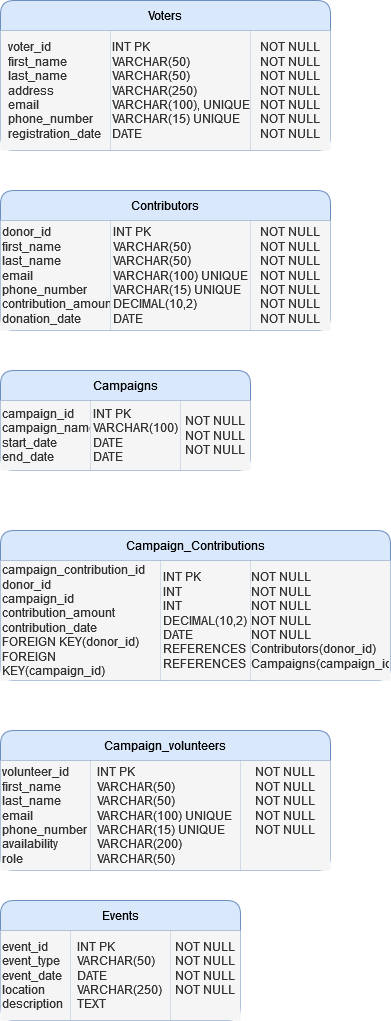
This is DB_Gergely_Zsolnai_HW_Political_Campaign.png from gergelyzsolnai/Gergely_Zsolnai_AU24, a draw.io export, as it was before one commit. Source tidied: cells renumbered, new cells last; positions are measured from the earlier drawing's top-left corner, leaving out a move shared by most shapes.
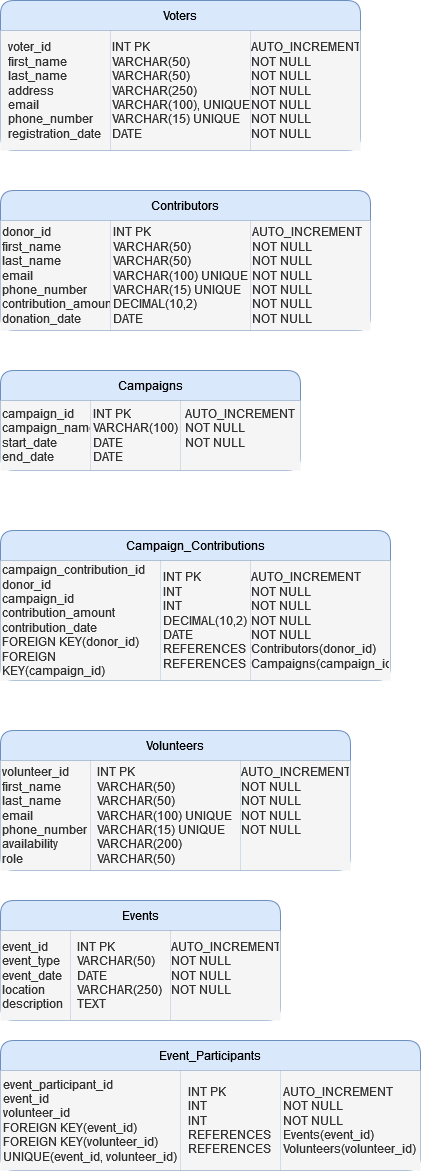
The same file after the commit.

What changed in the source:
```diff
@@ -3,10 +3,10 @@
     <mxCell id="0" />
     <mxCell id="1" parent="0" />
     <mxCell id="2" value="Voters" style="shape=table;startSize=30;rounded=1;fillColor=#dae8fc;strokeColor=#6c8ebf;" parent="1" vertex="1">
-      <mxGeometry width="330" height="150" as="geometry" />
+      <mxGeometry width="360" height="150" as="geometry" />
     </mxCell>
     <mxCell id="3" style="shape=tableRow;horizontal=0;startSize=0;swimlaneHead=0;swimlaneBody=0;strokeColor=inherit;top=0;left=0;bottom=0;right=0;fillColor=none;" parent="2" vertex="1">
-      <mxGeometry y="30" width="330" height="120" as="geometry" />
+      <mxGeometry y="30" width="360" height="120" as="geometry" />
     </mxCell>
     <mxCell id="4" value="&lt;div align=&quot;left&quot;&gt;voter_id&lt;/div&gt;&lt;div align=&quot;left&quot;&gt;first_name&lt;/div&gt;&lt;div align=&quot;left&quot;&gt;last_name&lt;/div&gt;&lt;div align=&quot;left&quot;&gt;address&lt;/div&gt;&lt;div align=&quot;left&quot;&gt;email&lt;/div&gt;&lt;div align=&quot;left&quot;&gt;phone_number&lt;/div&gt;&lt;div align=&quot;left&quot;&gt;registration_date&lt;br&gt;&lt;/div&gt;" style="shape=partialRectangle;html=1;whiteSpace=wrap;strokeColor=#666666;overflow=hidden;fillColor=#f5f5f5;top=0;left=0;bottom=0;right=0;fontColor=#333333;" parent="3" vertex="1">
       <mxGeometry width="110" height="120" as="geometry" />
@@ -14,14 +14,14 @@
     <mxCell id="5" value="&lt;div align=&quot;left&quot;&gt;INT PK&lt;/div&gt;&lt;div align=&quot;left&quot;&gt;VARCHAR(50)&lt;/div&gt;&lt;div align=&quot;left&quot;&gt;VARCHAR(50)&lt;/div&gt;&lt;div align=&quot;left&quot;&gt;VARCHAR(250)&lt;/div&gt;&lt;div align=&quot;left&quot;&gt;VARCHAR(100), UNIQUE&lt;/div&gt;&lt;div align=&quot;left&quot;&gt;VARCHAR(15) UNIQUE&lt;/div&gt;&lt;div align=&quot;left&quot;&gt;DATE&lt;br&gt;&lt;/div&gt;" style="shape=partialRectangle;html=1;whiteSpace=wrap;strokeColor=#666666;overflow=hidden;fillColor=#f5f5f5;top=0;left=0;bottom=0;right=0;align=left;fontColor=#333333;" parent="3" vertex="1">
       <mxGeometry x="110" width="140" height="120" as="geometry" />
     </mxCell>
-    <mxCell id="6" value="&lt;div&gt;NOT NULL&lt;/div&gt;&lt;div&gt;NOT NULL&lt;/div&gt;&lt;div&gt;NOT NULL&lt;/div&gt;&lt;div&gt;NOT NULL&lt;/div&gt;&lt;div&gt;NOT NULL&lt;/div&gt;&lt;div&gt;NOT NULL&lt;/div&gt;&lt;div&gt;NOT NULL&lt;br&gt;&lt;/div&gt;" style="shape=partialRectangle;html=1;whiteSpace=wrap;strokeColor=#666666;overflow=hidden;fillColor=#f5f5f5;top=0;left=0;bottom=0;right=0;fontColor=#333333;" parent="3" vertex="1">
-      <mxGeometry x="250" width="80" height="120" as="geometry" />
+    <mxCell id="6" value="&lt;div align=&quot;left&quot;&gt;AUTO_INCREMENT&lt;br&gt;&lt;/div&gt;&lt;div align=&quot;left&quot;&gt;NOT NULL&lt;/div&gt;&lt;div align=&quot;left&quot;&gt;NOT NULL&lt;/div&gt;&lt;div align=&quot;left&quot;&gt;NOT NULL&lt;/div&gt;&lt;div align=&quot;left&quot;&gt;NOT NULL&lt;/div&gt;&lt;div align=&quot;left&quot;&gt;NOT NULL&lt;/div&gt;&lt;div align=&quot;left&quot;&gt;NOT NULL&lt;br&gt;&lt;/div&gt;" style="shape=partialRectangle;html=1;whiteSpace=wrap;strokeColor=#666666;overflow=hidden;fillColor=#f5f5f5;top=0;left=0;bottom=0;right=0;fontColor=#333333;" parent="3" vertex="1">
+      <mxGeometry x="250" width="110" height="120" as="geometry" />
     </mxCell>
     <mxCell id="7" value="Contributors" style="shape=table;startSize=30;rounded=1;fillColor=#dae8fc;strokeColor=#6c8ebf;" parent="1" vertex="1">
-      <mxGeometry y="190" width="330" height="140" as="geometry" />
+      <mxGeometry y="190" width="370" height="140" as="geometry" />
     </mxCell>
     <mxCell id="8" style="shape=tableRow;horizontal=0;startSize=0;swimlaneHead=0;swimlaneBody=0;strokeColor=inherit;top=0;left=0;bottom=0;right=0;fillColor=none;" parent="7" vertex="1">
-      <mxGeometry y="30" width="330" height="110" as="geometry" />
+      <mxGeometry y="30" width="370" height="110" as="geometry" />
     </mxCell>
     <mxCell id="9" value="&lt;div align=&quot;left&quot;&gt;donor_id&lt;/div&gt;&lt;div align=&quot;left&quot;&gt;first_name&lt;/div&gt;&lt;div align=&quot;left&quot;&gt;last_name&lt;br&gt;&lt;/div&gt;&lt;div&gt;email&lt;/div&gt;&lt;div&gt;phone_number&lt;/div&gt;&lt;div&gt;contribution_amount&lt;/div&gt;&lt;div&gt;donation_date&lt;br&gt;&lt;/div&gt;" style="shape=partialRectangle;html=1;whiteSpace=wrap;strokeColor=#666666;overflow=hidden;fillColor=#f5f5f5;top=0;left=0;bottom=0;right=0;align=left;fontColor=#333333;" parent="8" vertex="1">
       <mxGeometry width="110" height="110" as="geometry" />
@@ -29,14 +29,14 @@
     <mxCell id="10" value="&lt;div align=&quot;left&quot;&gt;INT PK&lt;/div&gt;&lt;div align=&quot;left&quot;&gt;VARCHAR(50)&lt;/div&gt;&lt;div align=&quot;left&quot;&gt;VARCHAR(50)&lt;/div&gt;&lt;div align=&quot;left&quot;&gt;VARCHAR(100) UNIQUE&lt;/div&gt;&lt;div align=&quot;left&quot;&gt;VARCHAR(15) UNIQUE&lt;br&gt;&lt;/div&gt;&lt;div align=&quot;left&quot;&gt;DECIMAL(10,2)&lt;/div&gt;&lt;div align=&quot;left&quot;&gt;DATE&lt;br&gt;&lt;/div&gt;" style="shape=partialRectangle;html=1;whiteSpace=wrap;strokeColor=#666666;overflow=hidden;fillColor=#f5f5f5;top=0;left=0;bottom=0;right=0;fontColor=#333333;" parent="8" vertex="1">
       <mxGeometry x="110" width="140" height="110" as="geometry" />
     </mxCell>
-    <mxCell id="11" value="&lt;div&gt;NOT NULL&lt;/div&gt;&lt;div&gt;NOT NULL&lt;/div&gt;&lt;div&gt;NOT NULL&lt;/div&gt;&lt;div&gt;NOT NULL&lt;/div&gt;&lt;div&gt;NOT NULL&lt;/div&gt;&lt;div&gt;NOT NULL&lt;/div&gt;&lt;div&gt;NOT NULL&lt;br&gt;&lt;/div&gt;" style="shape=partialRectangle;html=1;whiteSpace=wrap;strokeColor=#666666;overflow=hidden;fillColor=#f5f5f5;top=0;left=0;bottom=0;right=0;fontColor=#333333;" parent="8" vertex="1">
-      <mxGeometry x="250" width="80" height="110" as="geometry" />
+    <mxCell id="11" value="&lt;div align=&quot;left&quot;&gt;AUTO_INCREMENT&lt;br&gt;&lt;/div&gt;&lt;div align=&quot;left&quot;&gt;NOT NULL&lt;/div&gt;&lt;div align=&quot;left&quot;&gt;NOT NULL&lt;/div&gt;&lt;div align=&quot;left&quot;&gt;NOT NULL&lt;/div&gt;&lt;div align=&quot;left&quot;&gt;NOT NULL&lt;/div&gt;&lt;div align=&quot;left&quot;&gt;NOT NULL&lt;/div&gt;&lt;div align=&quot;left&quot;&gt;NOT NULL&lt;br&gt;&lt;/div&gt;" style="shape=partialRectangle;html=1;whiteSpace=wrap;strokeColor=#666666;overflow=hidden;fillColor=#f5f5f5;top=0;left=0;bottom=0;right=0;fontColor=#333333;align=left;" parent="8" vertex="1">
+      <mxGeometry x="250" width="120" height="110" as="geometry" />
     </mxCell>
     <mxCell id="12" value="Campaigns" style="shape=table;startSize=30;fillColor=#dae8fc;strokeColor=#6c8ebf;rounded=1;" parent="1" vertex="1">
-      <mxGeometry y="370" width="250" height="100" as="geometry" />
+      <mxGeometry y="370" width="300" height="100" as="geometry" />
     </mxCell>
     <mxCell id="13" style="shape=tableRow;horizontal=0;startSize=0;swimlaneHead=0;swimlaneBody=0;strokeColor=inherit;top=0;left=0;bottom=0;right=0;fillColor=none;" parent="12" vertex="1">
-      <mxGeometry y="30" width="250" height="70" as="geometry" />
+      <mxGeometry y="30" width="300" height="70" as="geometry" />
     </mxCell>
     <mxCell id="14" value="&lt;div align=&quot;left&quot;&gt;campaign_id&lt;/div&gt;&lt;div align=&quot;left&quot;&gt;campaign_name&lt;/div&gt;&lt;div align=&quot;left&quot;&gt;start_date&lt;/div&gt;&lt;div align=&quot;left&quot;&gt;end_date&lt;br&gt;&lt;/div&gt;" style="shape=partialRectangle;html=1;whiteSpace=wrap;strokeColor=#666666;overflow=hidden;fillColor=#f5f5f5;top=0;left=0;bottom=0;right=0;align=left;fontColor=#333333;" parent="13" vertex="1">
       <mxGeometry width="90" height="70" as="geometry" />
@@ -44,8 +44,8 @@
     <mxCell id="15" value="&lt;div align=&quot;left&quot;&gt;INT PK&lt;/div&gt;&lt;div align=&quot;left&quot;&gt;VARCHAR(100)&lt;/div&gt;&lt;div align=&quot;left&quot;&gt;DATE&lt;/div&gt;&lt;div align=&quot;left&quot;&gt;DATE&lt;br&gt;&lt;/div&gt;" style="shape=partialRectangle;html=1;whiteSpace=wrap;strokeColor=#666666;overflow=hidden;fillColor=#f5f5f5;top=0;left=0;bottom=0;right=0;fontColor=#333333;" parent="13" vertex="1">
       <mxGeometry x="90" width="90" height="70" as="geometry" />
     </mxCell>
-    <mxCell id="16" value="&lt;div align=&quot;left&quot;&gt;NOT NULL&lt;/div&gt;&lt;div align=&quot;left&quot;&gt;NOT NULL&lt;/div&gt;&lt;div align=&quot;left&quot;&gt;NOT NULL&lt;br&gt;&lt;/div&gt;" style="shape=partialRectangle;html=1;whiteSpace=wrap;strokeColor=#666666;overflow=hidden;fillColor=#f5f5f5;top=0;left=0;bottom=0;right=0;fontColor=#333333;" parent="13" vertex="1">
-      <mxGeometry x="180" width="70" height="70" as="geometry" />
+    <mxCell id="16" value="&lt;div align=&quot;left&quot;&gt;AUTO_INCREMENT&lt;br&gt;&lt;/div&gt;&lt;div align=&quot;left&quot;&gt;NOT NULL&lt;/div&gt;&lt;div align=&quot;left&quot;&gt;NOT NULL&lt;/div&gt;&lt;div align=&quot;left&quot;&gt;&lt;br&gt;&lt;/div&gt;" style="shape=partialRectangle;html=1;whiteSpace=wrap;strokeColor=#666666;overflow=hidden;fillColor=#f5f5f5;top=0;left=0;bottom=0;right=0;fontColor=#333333;" parent="13" vertex="1">
+      <mxGeometry x="180" width="120" height="70" as="geometry" />
     </mxCell>
     <mxCell id="17" value="Campaign_Contributions" style="shape=table;startSize=30;rounded=1;fillColor=#dae8fc;strokeColor=#6c8ebf;" parent="1" vertex="1">
       <mxGeometry y="530" width="390" height="150" as="geometry" />
@@ -59,14 +59,14 @@
     <mxCell id="20" value="&lt;div align=&quot;left&quot;&gt;INT PK&lt;/div&gt;&lt;div align=&quot;left&quot;&gt;INT&lt;/div&gt;&lt;div align=&quot;left&quot;&gt;INT&lt;/div&gt;&lt;div align=&quot;left&quot;&gt;DECIMAL(10,2)&lt;/div&gt;&lt;div align=&quot;left&quot;&gt;DATE&lt;/div&gt;&lt;div align=&quot;left&quot;&gt;REFERENCES&lt;/div&gt;&lt;div align=&quot;left&quot;&gt;REFERENCES&lt;br&gt;&lt;/div&gt;" style="shape=partialRectangle;html=1;whiteSpace=wrap;strokeColor=#666666;overflow=hidden;fillColor=#f5f5f5;top=0;left=0;bottom=0;right=0;fontColor=#333333;" parent="18" vertex="1">
       <mxGeometry x="160" width="90" height="120" as="geometry" />
     </mxCell>
-    <mxCell id="21" value="&lt;div align=&quot;left&quot;&gt;NOT NULL&lt;/div&gt;&lt;div align=&quot;left&quot;&gt;NOT NULL&lt;/div&gt;&lt;div align=&quot;left&quot;&gt;NOT NULL&lt;/div&gt;&lt;div align=&quot;left&quot;&gt;NOT NULL&lt;/div&gt;&lt;div align=&quot;left&quot;&gt;NOT NULL&lt;/div&gt;&lt;div align=&quot;left&quot;&gt;Contributors(donor_id)&lt;/div&gt;&lt;div align=&quot;left&quot;&gt;Campaigns(campaign_id)&lt;br&gt;&lt;/div&gt;" style="shape=partialRectangle;html=1;whiteSpace=wrap;strokeColor=#666666;overflow=hidden;fillColor=#f5f5f5;top=0;left=0;bottom=0;right=0;fontColor=#333333;" parent="18" vertex="1">
+    <mxCell id="21" value="&lt;div align=&quot;left&quot;&gt;AUTO_INCREMENT&lt;br&gt;&lt;/div&gt;&lt;div align=&quot;left&quot;&gt;NOT NULL&lt;/div&gt;&lt;div align=&quot;left&quot;&gt;NOT NULL&lt;/div&gt;&lt;div align=&quot;left&quot;&gt;NOT NULL&lt;/div&gt;&lt;div align=&quot;left&quot;&gt;NOT NULL&lt;/div&gt;&lt;div align=&quot;left&quot;&gt;Contributors(donor_id)&lt;/div&gt;&lt;div align=&quot;left&quot;&gt;Campaigns(campaign_id)&lt;br&gt;&lt;/div&gt;" style="shape=partialRectangle;html=1;whiteSpace=wrap;strokeColor=#666666;overflow=hidden;fillColor=#f5f5f5;top=0;left=0;bottom=0;right=0;fontColor=#333333;" parent="18" vertex="1">
       <mxGeometry x="250" width="140" height="120" as="geometry" />
     </mxCell>
-    <mxCell id="22" value="Campaign_volunteers" style="shape=table;startSize=30;fillColor=#dae8fc;strokeColor=#6c8ebf;rounded=1;" parent="1" vertex="1">
-      <mxGeometry y="730" width="330" height="140" as="geometry" />
+    <mxCell id="22" value="Volunteers" style="shape=table;startSize=30;fillColor=#dae8fc;strokeColor=#6c8ebf;rounded=1;" parent="1" vertex="1">
+      <mxGeometry y="730" width="350" height="140" as="geometry" />
     </mxCell>
     <mxCell id="23" style="shape=tableRow;horizontal=0;startSize=0;swimlaneHead=0;swimlaneBody=0;strokeColor=inherit;top=0;left=0;bottom=0;right=0;fillColor=none;" parent="22" vertex="1">
-      <mxGeometry y="30" width="330" height="110" as="geometry" />
+      <mxGeometry y="30" width="350" height="110" as="geometry" />
     </mxCell>
     <mxCell id="24" value="&lt;div align=&quot;left&quot;&gt;volunteer_id&lt;/div&gt;&lt;div align=&quot;left&quot;&gt;first_name&lt;/div&gt;&lt;div align=&quot;left&quot;&gt;last_name&lt;/div&gt;&lt;div align=&quot;left&quot;&gt;email&lt;/div&gt;&lt;div align=&quot;left&quot;&gt;phone_number&lt;/div&gt;&lt;div align=&quot;left&quot;&gt;availability&lt;/div&gt;&lt;div align=&quot;left&quot;&gt;role&lt;br&gt;&lt;/div&gt;" style="shape=partialRectangle;html=1;whiteSpace=wrap;strokeColor=#666666;overflow=hidden;fillColor=#f5f5f5;top=0;left=0;bottom=0;right=0;align=left;fontColor=#333333;" parent="23" vertex="1">
       <mxGeometry width="90" height="110" as="geometry" />
@@ -74,14 +74,14 @@
     <mxCell id="25" value="&lt;div align=&quot;left&quot;&gt;INT PK&lt;/div&gt;&lt;div align=&quot;left&quot;&gt;VARCHAR(50)&lt;/div&gt;&lt;div align=&quot;left&quot;&gt;VARCHAR(50)&lt;/div&gt;&lt;div align=&quot;left&quot;&gt;VARCHAR(100) UNIQUE&lt;br&gt;&lt;/div&gt;&lt;div align=&quot;left&quot;&gt;VARCHAR(15) UNIQUE&lt;/div&gt;&lt;div align=&quot;left&quot;&gt;VARCHAR(200)&lt;/div&gt;&lt;div align=&quot;left&quot;&gt;VARCHAR(50)&lt;/div&gt;" style="shape=partialRectangle;html=1;whiteSpace=wrap;strokeColor=#666666;overflow=hidden;fillColor=#f5f5f5;top=0;left=0;bottom=0;right=0;fontColor=#333333;" parent="23" vertex="1">
       <mxGeometry x="90" width="150" height="110" as="geometry" />
     </mxCell>
-    <mxCell id="26" value="&lt;div align=&quot;left&quot;&gt;NOT NULL&lt;/div&gt;&lt;div align=&quot;left&quot;&gt;NOT NULL&lt;/div&gt;&lt;div align=&quot;left&quot;&gt;NOT NULL&lt;/div&gt;&lt;div align=&quot;left&quot;&gt;NOT NULL&lt;/div&gt;&lt;div align=&quot;left&quot;&gt;NOT NULL&lt;/div&gt;&lt;div&gt;&lt;br&gt;&lt;/div&gt;&lt;div&gt;&lt;br&gt;&lt;/div&gt;" style="shape=partialRectangle;html=1;whiteSpace=wrap;strokeColor=#666666;overflow=hidden;fillColor=#f5f5f5;top=0;left=0;bottom=0;right=0;fontColor=#333333;" parent="23" vertex="1">
-      <mxGeometry x="240" width="90" height="110" as="geometry" />
+    <mxCell id="26" value="&lt;div align=&quot;left&quot;&gt;AUTO_INCREMENT&lt;/div&gt;&lt;div align=&quot;left&quot;&gt;NOT NULL&lt;/div&gt;&lt;div align=&quot;left&quot;&gt;NOT NULL&lt;/div&gt;&lt;div align=&quot;left&quot;&gt;NOT NULL&lt;/div&gt;&lt;div align=&quot;left&quot;&gt;NOT NULL&lt;/div&gt;&lt;div&gt;&lt;br&gt;&lt;/div&gt;&lt;div&gt;&lt;br&gt;&lt;/div&gt;" style="shape=partialRectangle;html=1;whiteSpace=wrap;strokeColor=#666666;overflow=hidden;fillColor=#f5f5f5;top=0;left=0;bottom=0;right=0;fontColor=#333333;" parent="23" vertex="1">
+      <mxGeometry x="240" width="110" height="110" as="geometry" />
     </mxCell>
     <mxCell id="27" value="Events" style="shape=table;startSize=30;fillColor=#dae8fc;strokeColor=#6c8ebf;rounded=1;" parent="1" vertex="1">
-      <mxGeometry y="900" width="240" height="120" as="geometry" />
+      <mxGeometry y="900" width="280" height="120" as="geometry" />
     </mxCell>
     <mxCell id="28" style="shape=tableRow;horizontal=0;startSize=0;swimlaneHead=0;swimlaneBody=0;strokeColor=inherit;top=0;left=0;bottom=0;right=0;fillColor=none;" parent="27" vertex="1">
-      <mxGeometry y="30" width="240" height="90" as="geometry" />
+      <mxGeometry y="30" width="280" height="90" as="geometry" />
     </mxCell>
     <mxCell id="29" value="&lt;div&gt;event_id&lt;/div&gt;&lt;div&gt;event_type&lt;/div&gt;&lt;div&gt;event_date&lt;/div&gt;&lt;div&gt;location&lt;/div&gt;&lt;div&gt;description&lt;br&gt;&lt;/div&gt;" style="shape=partialRectangle;html=1;whiteSpace=wrap;strokeColor=#666666;overflow=hidden;fillColor=#f5f5f5;top=0;left=0;bottom=0;right=0;align=left;fontColor=#333333;" parent="28" vertex="1">
       <mxGeometry width="70" height="90" as="geometry" />
@@ -89,8 +89,23 @@
     <mxCell id="30" value="&lt;div align=&quot;left&quot;&gt;INT PK&lt;/div&gt;&lt;div align=&quot;left&quot;&gt;VARCHAR(50)&lt;/div&gt;&lt;div align=&quot;left&quot;&gt;DATE&lt;br&gt;&lt;/div&gt;&lt;div align=&quot;left&quot;&gt;VARCHAR(250)&lt;br&gt;&lt;/div&gt;&lt;div align=&quot;left&quot;&gt;TEXT&lt;br&gt;&lt;/div&gt;" style="shape=partialRectangle;html=1;whiteSpace=wrap;strokeColor=#666666;overflow=hidden;fillColor=#f5f5f5;top=0;left=0;bottom=0;right=0;fontColor=#333333;" parent="28" vertex="1">
       <mxGeometry x="70" width="100" height="90" as="geometry" />
     </mxCell>
-    <mxCell id="31" value="&lt;div align=&quot;left&quot;&gt;NOT NULL&lt;/div&gt;&lt;div align=&quot;left&quot;&gt;NOT NULL&lt;/div&gt;&lt;div align=&quot;left&quot;&gt;NOT NULL&lt;/div&gt;&lt;div align=&quot;left&quot;&gt;NOT NULL&lt;/div&gt;&lt;div align=&quot;left&quot;&gt;&lt;br&gt;&lt;/div&gt;" style="shape=partialRectangle;html=1;whiteSpace=wrap;strokeColor=#666666;overflow=hidden;fillColor=#f5f5f5;top=0;left=0;bottom=0;right=0;fontColor=#333333;" parent="28" vertex="1">
-      <mxGeometry x="170" width="70" height="90" as="geometry" />
+    <mxCell id="31" value="&lt;div align=&quot;left&quot;&gt;AUTO_INCREMENT&lt;br&gt;&lt;/div&gt;&lt;div align=&quot;left&quot;&gt;NOT NULL&lt;/div&gt;&lt;div align=&quot;left&quot;&gt;NOT NULL&lt;/div&gt;&lt;div align=&quot;left&quot;&gt;NOT NULL&lt;/div&gt;&lt;div align=&quot;left&quot;&gt;&lt;br&gt;&lt;/div&gt;" style="shape=partialRectangle;html=1;whiteSpace=wrap;strokeColor=#666666;overflow=hidden;fillColor=#f5f5f5;top=0;left=0;bottom=0;right=0;fontColor=#333333;" parent="28" vertex="1">
+      <mxGeometry x="170" width="110" height="90" as="geometry" />
     </mxCell>
+    <mxCell id="32" value="Event_Participants" style="shape=table;startSize=30;rounded=1;fillColor=#dae8fc;strokeColor=#6c8ebf;" parent="1" vertex="1">
+      <mxGeometry y="1040" width="420" height="130" as="geometry" />
+    </mxCell>
+    <mxCell id="33" style="shape=tableRow;horizontal=0;startSize=0;swimlaneHead=0;swimlaneBody=0;strokeColor=inherit;top=0;left=0;bottom=0;right=0;fillColor=none;" parent="32" vertex="1">
+      <mxGeometry y="30" width="420" height="100" as="geometry" />
+    </mxCell>
+    <mxCell id="34" value="&lt;div align=&quot;left&quot;&gt;event_participant_id&lt;/div&gt;&lt;div align=&quot;left&quot;&gt;event_id&lt;/div&gt;&lt;div align=&quot;left&quot;&gt;volunteer_id&lt;/div&gt;&lt;div align=&quot;left&quot;&gt;FOREIGN KEY(event_id)&lt;/div&gt;&lt;div align=&quot;left&quot;&gt;FOREIGN KEY(volunteer_id)&lt;/div&gt;&lt;div align=&quot;left&quot;&gt;UNIQUE(event_id, volunteer_id)&lt;br&gt;&lt;/div&gt;" style="shape=partialRectangle;html=1;whiteSpace=wrap;strokeColor=#666666;overflow=hidden;fillColor=#f5f5f5;top=0;left=0;bottom=0;right=0;fontColor=#333333;" parent="33" vertex="1">
+      <mxGeometry width="180" height="100" as="geometry" />
+    </mxCell>
+    <mxCell id="35" value="&lt;div align=&quot;left&quot;&gt;INT PK&lt;/div&gt;&lt;div align=&quot;left&quot;&gt;INT&lt;/div&gt;&lt;div align=&quot;left&quot;&gt;INT&lt;/div&gt;&lt;div align=&quot;left&quot;&gt;REFERENCES&lt;/div&gt;&lt;div align=&quot;left&quot;&gt;REFERENCES&lt;br&gt;&lt;/div&gt;" style="shape=partialRectangle;html=1;whiteSpace=wrap;strokeColor=#666666;overflow=hidden;fillColor=#f5f5f5;top=0;left=0;bottom=0;right=0;fontColor=#333333;" parent="33" vertex="1">
+      <mxGeometry x="180" width="100" height="100" as="geometry" />
+    </mxCell>
+    <mxCell id="36" value="&lt;div align=&quot;left&quot;&gt;AUTO_INCREMENT&lt;br&gt;&lt;/div&gt;&lt;div align=&quot;left&quot;&gt;NOT NULL&lt;/div&gt;&lt;div align=&quot;left&quot;&gt;NOT NULL&lt;/div&gt;&lt;div align=&quot;left&quot;&gt;Events(event_id)&lt;br&gt;&lt;/div&gt;&lt;div align=&quot;left&quot;&gt;Volunteers(volunteer_id)&lt;br&gt;&lt;/div&gt;" style="shape=partialRectangle;html=1;whiteSpace=wrap;strokeColor=#666666;overflow=hidden;fillColor=#f5f5f5;top=0;left=0;bottom=0;right=0;fontColor=#333333;" parent="33" vertex="1">
+      <mxGeometry x="280" width="140" height="100" as="geometry" />
+    </mxCell>
   </root>
 </mxGraphModel>
```
